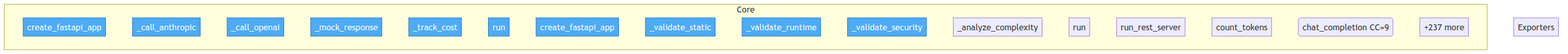
This is project/flow.png from semcod/algitex, a Mermaid export, as it was before one commit. Its source is kept beside it as project/flow.mmd.
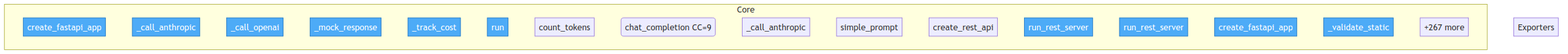
Above is the later version.

Change to the diagram source:
```diff
@@ -9,19 +9,19 @@
         docker__proxym__proxym_server__ProxymServer___mock_response["_mock_response"]
         docker__proxym__proxym_server__ProxymServer___track_cost["_track_cost"]
         docker__proxym__proxym_server__ProxymServer__run["run"]
+        docker__proxym__proxym_mcp_server__count_tokens["count_tokens"]
+        docker__proxym__proxym_mcp_server__chat_completion("chat_completion CC=9")
+        docker__proxym__proxym_mcp_server___call_anthropic["_call_anthropic"]
+        docker__proxym__proxym_mcp_server__simple_prompt["simple_prompt"]
+        docker__proxym__proxym_mcp_server__create_rest_api["create_rest_api"]
+        docker__proxym__proxym_mcp_server__run_rest_server["run_rest_server"]
+        docker__vallm__vallm_mcp_server__run_rest_server["run_rest_server"]
         docker__vallm__vallm_server__VallmServer__create_fastapi_app["create_fastapi_app"]
         docker__vallm__vallm_server__VallmServer___validate_static["_validate_static"]
-        docker__vallm__vallm_server__VallmServer___validate_runtime["_validate_runtime"]
-        docker__vallm__vallm_server__VallmServer___validate_security["_validate_security"]
-        docker__vallm__vallm_server__VallmServer___analyze_complexity["_analyze_complexity"]
-        docker__vallm__vallm_server__VallmServer__run["run"]
-        docker__vallm__vallm_mcp_server__run_rest_server["run_rest_server"]
-        docker__proxym__proxym_mcp_server__count_tokens["count_tokens"]
-        docker__proxym__proxym_mcp_server__chat_completion("chat_completion CC=9")
-        ...["+237 more"]
+        ...["+267 more"]
     end
 
     subgraph Exporters
     end
 
-    class docker__proxym__proxym_server__ProxymServer__create_fastapi_app,docker__proxym__proxym_server__ProxymServer___call_anthropic,docker__proxym__proxym_server__ProxymServer___call_openai,docker__proxym__proxym_server__ProxymServer___mock_response,docker__proxym__proxym_server__ProxymServer___track_cost,docker__proxym__proxym_server__ProxymServer__run,docker__vallm__vallm_server__VallmServer__create_fastapi_app,docker__vallm__vallm_server__VallmServer___validate_static,docker__vallm__vallm_server__VallmServer___validate_runtime,docker__vallm__vallm_server__VallmServer___validate_security entry
+    class docker__proxym__proxym_server__ProxymServer__create_fastapi_app,docker__proxym__proxym_server__ProxymServer___call_anthropic,docker__proxym__proxym_server__ProxymServer___call_openai,docker__proxym__proxym_server__ProxymServer___mock_response,docker__proxym__proxym_server__ProxymServer___track_cost,docker__proxym__proxym_server__ProxymServer__run,docker__proxym__proxym_mcp_server__run_rest_server,docker__vallm__vallm_mcp_server__run_rest_server,docker__vallm__vallm_server__VallmServer__create_fastapi_app,docker__vallm__vallm_server__VallmServer___validate_static entry
```
